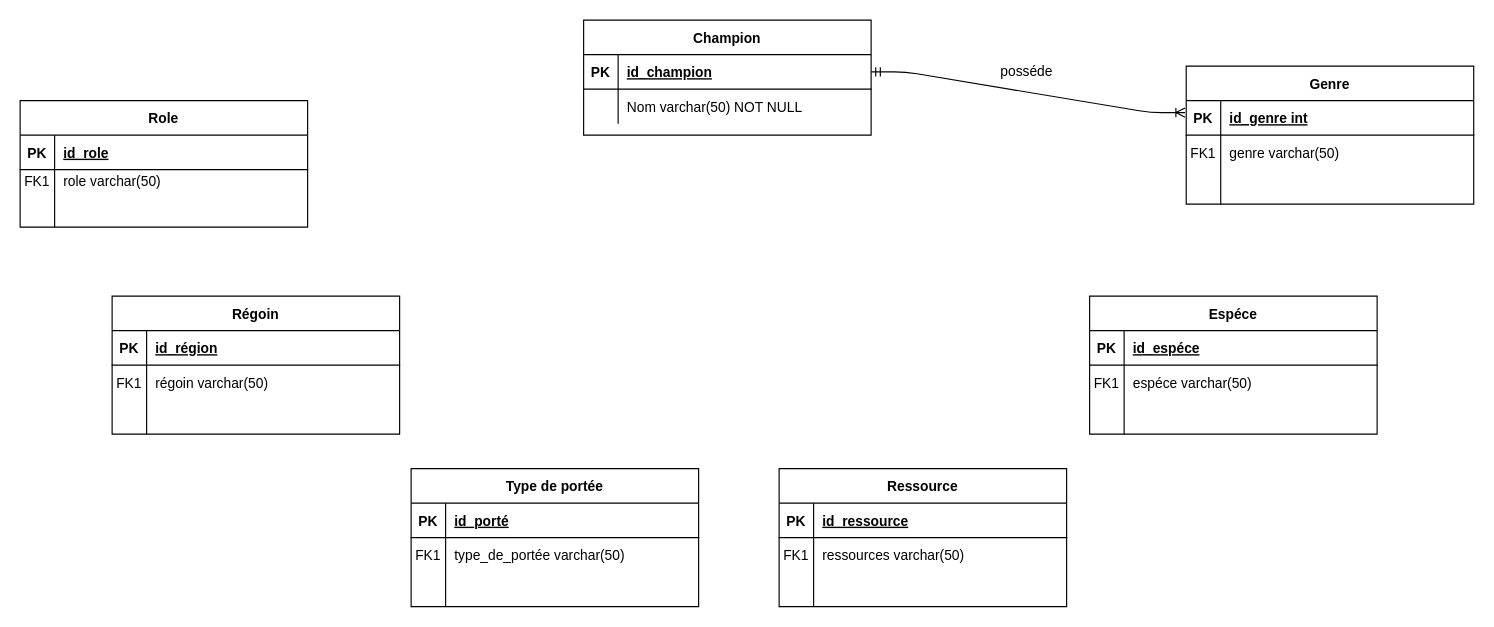
The draw.io diagram Diagramme sans nom.drawio in CamilleSimon/BTS2-CIEL-IR-MCD-2024-2025, before the edit. Source tidied: cells renumbered, new cells numbered last; positions are measured from the earlier drawing's top-left corner, leaving out a move shared by most shapes. Both pictures are drawn from the tidied source at 115%, with x=0, y=0 at pixel (20, 20).
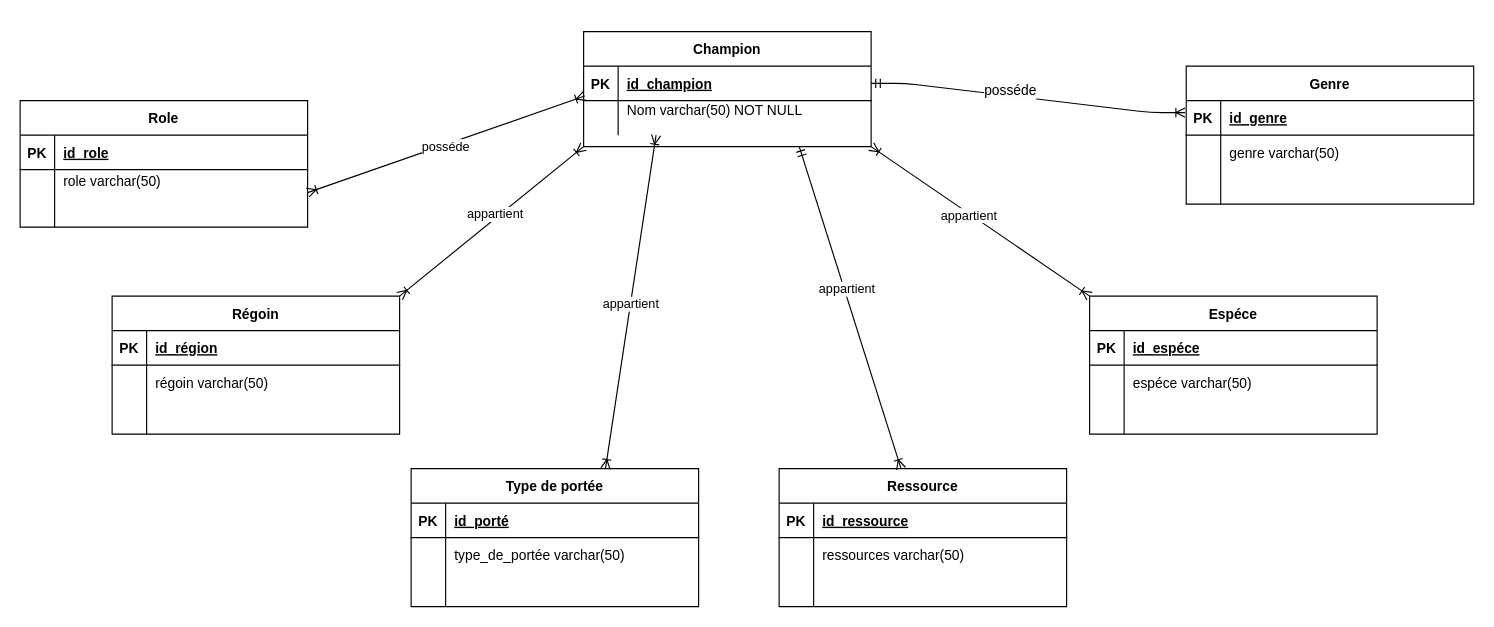
The same diagram, later.

Commit message:
Mettre à jour Diagramme sans nom.drawio

Unchanged cells that the change refers to:
```xml
<mxCell id="2" style="edgeStyle=entityRelationEdgeStyle;endArrow=ERoneToMany;startArrow=ERmandOne;endFill=0;startFill=0;entryX=0.052;entryY=0;entryDx=0;entryDy=0;entryPerimeter=0;exitX=1;exitY=0.5;exitDx=0;exitDy=0;" parent="1" edge="1" source="4">
  <mxGeometry relative="1" as="geometry">
    <mxPoint x="1013" y="80.4" as="targetPoint" />
  </mxGeometry>
</mxCell>
<mxCell id="7" style="shape=partialRectangle;fillColor=none;points=[[0,0.5],[1,0.5]];portConstraint=eastwest;top=0;left=0;right=0;bottom=0;" parent="3" vertex="1">
  <mxGeometry y="60" width="250" height="30" as="geometry" />
</mxCell>
<mxCell id="11" value="Espéce" style="shape=table;startSize=30;childLayout=tableLayout;rowLines=0;fontStyle=1;align=center;" parent="1" vertex="1">
  <mxGeometry x="930" y="240" width="250" height="120" as="geometry" />
</mxCell>
<mxCell id="15" style="shape=partialRectangle;fillColor=none;top=0;left=0;right=0;bottom=0;" parent="11" vertex="1">
  <mxGeometry y="60" width="250" height="30" as="geometry" />
</mxCell>
<mxCell id="21" value="Ressource" style="shape=table;startSize=30;childLayout=tableLayout;rowLines=0;fontStyle=1;align=center;" parent="1" vertex="1">
  <mxGeometry x="660" y="390" width="250" height="120" as="geometry" />
</mxCell>
<mxCell id="25" style="shape=partialRectangle;fillColor=none;top=0;left=0;right=0;bottom=0;" parent="21" vertex="1">
  <mxGeometry y="60" width="250" height="30" as="geometry" />
</mxCell>
<mxCell id="35" style="shape=partialRectangle;fillColor=none;top=0;left=0;right=0;bottom=0;" parent="31" vertex="1">
  <mxGeometry y="60" width="250" height="30" as="geometry" />
</mxCell>
<mxCell id="45" style="shape=partialRectangle;fillColor=none;top=0;left=0;right=0;bottom=0;" parent="41" vertex="1">
  <mxGeometry y="60" width="250" height="20" as="geometry" />
</mxCell>
<mxCell id="51" value="Type de portée" style="shape=table;startSize=30;childLayout=tableLayout;rowLines=0;fontStyle=1;align=center;" parent="1" vertex="1">
  <mxGeometry x="340" y="390" width="250" height="120" as="geometry" />
</mxCell>
<mxCell id="55" style="shape=partialRectangle;fillColor=none;top=0;left=0;right=0;bottom=0;" parent="51" vertex="1">
  <mxGeometry y="60" width="250" height="30" as="geometry" />
</mxCell>
<mxCell id="62" style="shape=partialRectangle;fillColor=none;top=0;left=0;right=0;bottom=1;" parent="61" vertex="1">
  <mxGeometry y="30" width="250" height="30" as="geometry" />
</mxCell>
<mxCell id="65" style="shape=partialRectangle;fillColor=none;top=0;left=0;right=0;bottom=0;" parent="61" vertex="1">
  <mxGeometry y="60" width="250" height="30" as="geometry" />
</mxCell>
```

What changed in the source:
```diff
@@
+    <mxCell id="71" value="&lt;span style=&quot;font-size: 12px; background-color: rgb(251, 251, 251);&quot;&gt;posséde&lt;/span&gt;" style="edgeLabel;html=1;align=center;verticalAlign=middle;" parent="2" vertex="1">
+      <mxGeometry x="-0.12" y="4" relative="1" as="geometry" />
+    </mxCell>
     <mxCell id="3" value="Champion" style="shape=table;startSize=30;childLayout=tableLayout;rowLines=0;fontStyle=1;align=center;" parent="1" vertex="1">
-      <mxGeometry x="490" width="250" height="100" as="geometry" />
+      <mxGeometry x="490" y="10" width="250" height="100" as="geometry" />
     </mxCell>
@@
-    <mxCell id="9" value="Nom varchar(50) NOT NULL" style="shape=partialRectangle;overflow=hidden;fillColor=none;top=0;left=0;bottom=0;right=0;align=left;spacingLeft=6;" parent="7" vertex="1">
+    <mxCell id="9" value="Nom varchar(50) NOT NULL&#10;" style="shape=partialRectangle;overflow=hidden;fillColor=none;top=0;left=0;bottom=0;right=0;align=left;spacingLeft=6;" parent="7" vertex="1">
       <mxGeometry x="30" width="220" height="30" as="geometry" />
     </mxCell>
-    <mxCell id="10" value="posséde" style="text;html=1;align=center;verticalAlign=middle;strokeColor=none;fillColor=none;" parent="1" vertex="1">
-      <mxGeometry x="840" y="30" width="70" height="30" as="geometry" />
-    </mxCell>
@@
-    <mxCell id="16" value="FK1" style="shape=partialRectangle;overflow=hidden;fillColor=none;top=0;left=0;bottom=0;right=0;" parent="15" vertex="1">
+    <mxCell id="16" style="shape=partialRectangle;overflow=hidden;fillColor=none;top=0;left=0;bottom=0;right=0;" parent="15" vertex="1">
       <mxGeometry width="30" height="30" as="geometry" />
     </mxCell>
@@
-    <mxCell id="26" value="FK1" style="shape=partialRectangle;overflow=hidden;fillColor=none;top=0;left=0;bottom=0;right=0;" parent="25" vertex="1">
+    <mxCell id="26" style="shape=partialRectangle;overflow=hidden;fillColor=none;top=0;left=0;bottom=0;right=0;" parent="25" vertex="1">
       <mxGeometry width="30" height="30" as="geometry" />
     </mxCell>
@@
-    <mxCell id="36" value="FK1" style="shape=partialRectangle;overflow=hidden;fillColor=none;top=0;left=0;bottom=0;right=0;" parent="35" vertex="1">
+    <mxCell id="36" style="shape=partialRectangle;overflow=hidden;fillColor=none;top=0;left=0;bottom=0;right=0;" parent="35" vertex="1">
       <mxGeometry width="30" height="30" as="geometry" />
     </mxCell>
@@
-    <mxCell id="46" value="FK1" style="shape=partialRectangle;overflow=hidden;fillColor=none;top=0;left=0;bottom=0;right=0;" parent="45" vertex="1">
+    <mxCell id="46" style="shape=partialRectangle;overflow=hidden;fillColor=none;top=0;left=0;bottom=0;right=0;" parent="45" vertex="1">
       <mxGeometry width="30" height="20" as="geometry" />
     </mxCell>
@@
-    <mxCell id="56" value="FK1" style="shape=partialRectangle;overflow=hidden;fillColor=none;top=0;left=0;bottom=0;right=0;" parent="55" vertex="1">
+    <mxCell id="56" style="shape=partialRectangle;overflow=hidden;fillColor=none;top=0;left=0;bottom=0;right=0;" parent="55" vertex="1">
       <mxGeometry width="30" height="30" as="geometry" />
     </mxCell>
@@
-    <mxCell id="64" value="id_genre int" style="shape=partialRectangle;overflow=hidden;fillColor=none;top=0;left=0;bottom=0;right=0;align=left;spacingLeft=6;fontStyle=5;" parent="62" vertex="1">
+    <mxCell id="64" value="id_genre" style="shape=partialRectangle;overflow=hidden;fillColor=none;top=0;left=0;bottom=0;right=0;align=left;spacingLeft=6;fontStyle=5;" parent="62" vertex="1">
       <mxGeometry x="30" width="220" height="30" as="geometry" />
     </mxCell>
@@
-    <mxCell id="66" value="FK1" style="shape=partialRectangle;overflow=hidden;fillColor=none;top=0;left=0;bottom=0;right=0;" parent="65" vertex="1">
+    <mxCell id="66" style="shape=partialRectangle;overflow=hidden;fillColor=none;top=0;left=0;bottom=0;right=0;" parent="65" vertex="1">
       <mxGeometry width="30" height="30" as="geometry" />
     </mxCell>
@@
+    <mxCell id="72" style="endArrow=ERmandOne;html=1;rounded=0;entryX=0.75;entryY=1;entryDx=0;entryDy=0;startArrow=ERoneToMany;startFill=0;endFill=0;" parent="1" edge="1" source="21" target="3">
+      <mxGeometry relative="1" as="geometry" />
+    </mxCell>
+    <mxCell id="73" value="appartient" style="edgeLabel;html=1;align=center;verticalAlign=middle;" parent="72" vertex="1">
+      <mxGeometry x="0.11" y="-2" relative="1" as="geometry" />
+    </mxCell>
+    <mxCell id="74" style="endArrow=ERoneToMany;html=1;rounded=0;exitX=0.676;exitY=0;exitDx=0;exitDy=0;exitPerimeter=0;startArrow=ERoneToMany;startFill=0;endFill=0;" parent="1" edge="1" source="51">
+      <mxGeometry relative="1" as="geometry">
+        <mxPoint x="553" y="100" as="targetPoint" />
+      </mxGeometry>
+    </mxCell>
+    <mxCell id="75" value="appartient" style="edgeLabel;html=1;align=center;verticalAlign=middle;" parent="74" vertex="1">
+      <mxGeometry x="-0.01" relative="1" as="geometry" />
+    </mxCell>
+    <mxCell id="76" style="endArrow=ERoneToMany;html=1;rounded=0;entryX=0;entryY=1;entryDx=0;entryDy=0;startArrow=ERoneToMany;startFill=0;endFill=0;" parent="1" edge="1" target="3">
+      <mxGeometry relative="1" as="geometry">
+        <mxPoint x="330" y="240" as="sourcePoint" />
+      </mxGeometry>
+    </mxCell>
+    <mxCell id="77" value="appartient" style="edgeLabel;html=1;align=center;verticalAlign=middle;" parent="76" vertex="1">
+      <mxGeometry x="0.06" y="3" relative="1" as="geometry" />
+    </mxCell>
+    <mxCell id="78" style="endArrow=ERoneToMany;html=1;rounded=0;startArrow=ERoneToMany;startFill=0;endFill=0;entryX=0.004;entryY=-0.133;entryDx=0;entryDy=0;entryPerimeter=0;" parent="1" edge="1" target="7">
+      <mxGeometry relative="1" as="geometry">
+        <mxPoint x="250" y="150" as="sourcePoint" />
+      </mxGeometry>
+    </mxCell>
+    <mxCell id="79" value="posséde" style="edgeLabel;html=1;align=center;verticalAlign=middle;" parent="78" vertex="1">
+      <mxGeometry x="-0.01" y="-4" relative="1" as="geometry">
+        <mxPoint x="-1" y="-3" as="offset" />
+      </mxGeometry>
+    </mxCell>
+    <mxCell id="80" style="endArrow=ERoneToMany;html=1;rounded=0;exitX=0;exitY=0;exitDx=0;exitDy=0;entryX=1;entryY=1;entryDx=0;entryDy=0;startArrow=ERoneToMany;startFill=0;endFill=0;" parent="1" edge="1" source="11" target="3">
+      <mxGeometry relative="1" as="geometry" />
+    </mxCell>
+    <mxCell id="81" value="appartient" style="edgeLabel;html=1;align=center;verticalAlign=middle;" parent="80" vertex="1">
+      <mxGeometry x="0.1" y="2" relative="1" as="geometry" />
+    </mxCell>
```
